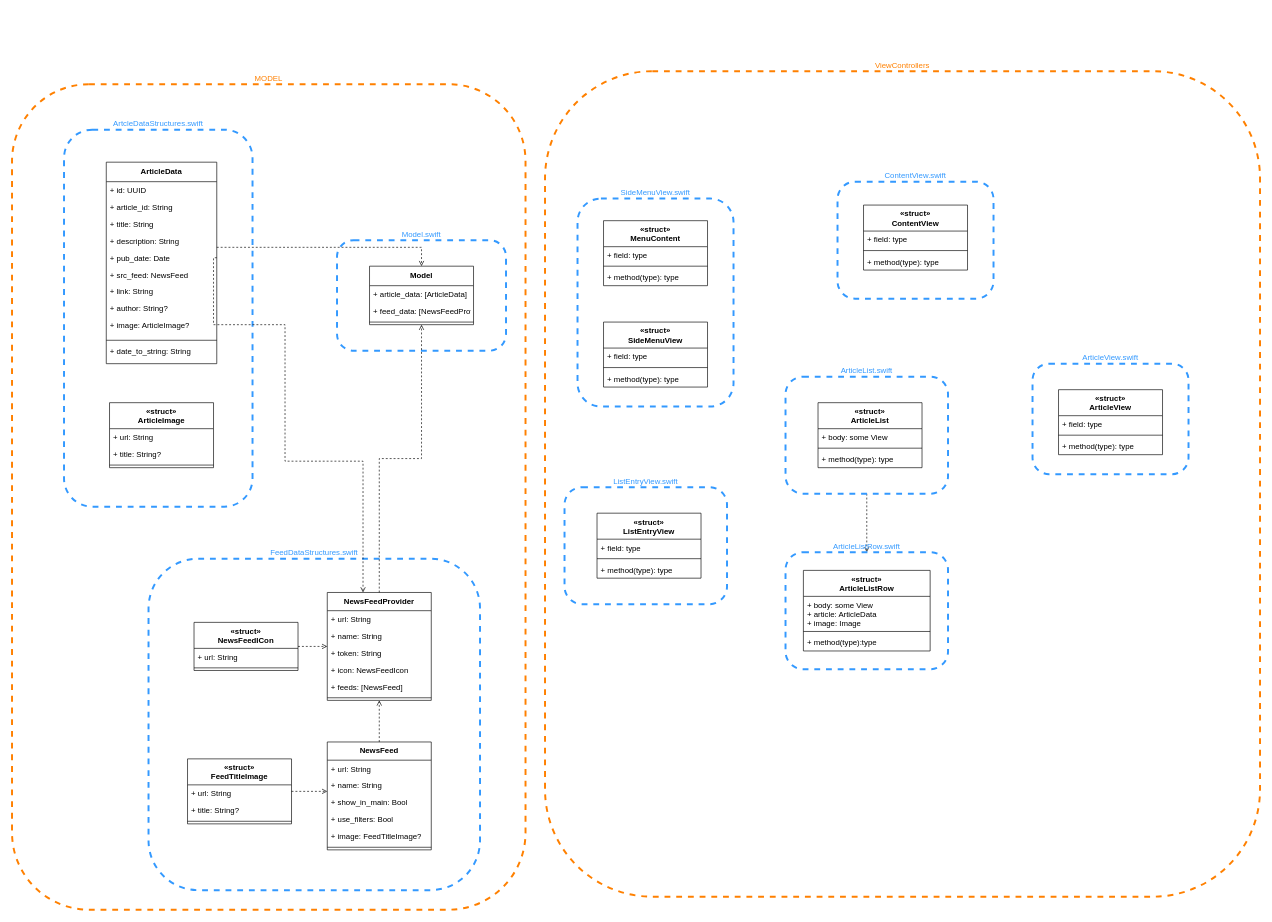
Above: documentation/uml.drawio in johannesgrothe/Feedolin_RSS_Reader (draw.io), before the change. Source tidied: cells renumbered, new cells numbered last; positions are measured from the earlier drawing's top-left corner, leaving out a move shared by most shapes. Both pictures are drawn from the tidied source at 65%, with x=0, y=0 at pixel (12, 71).
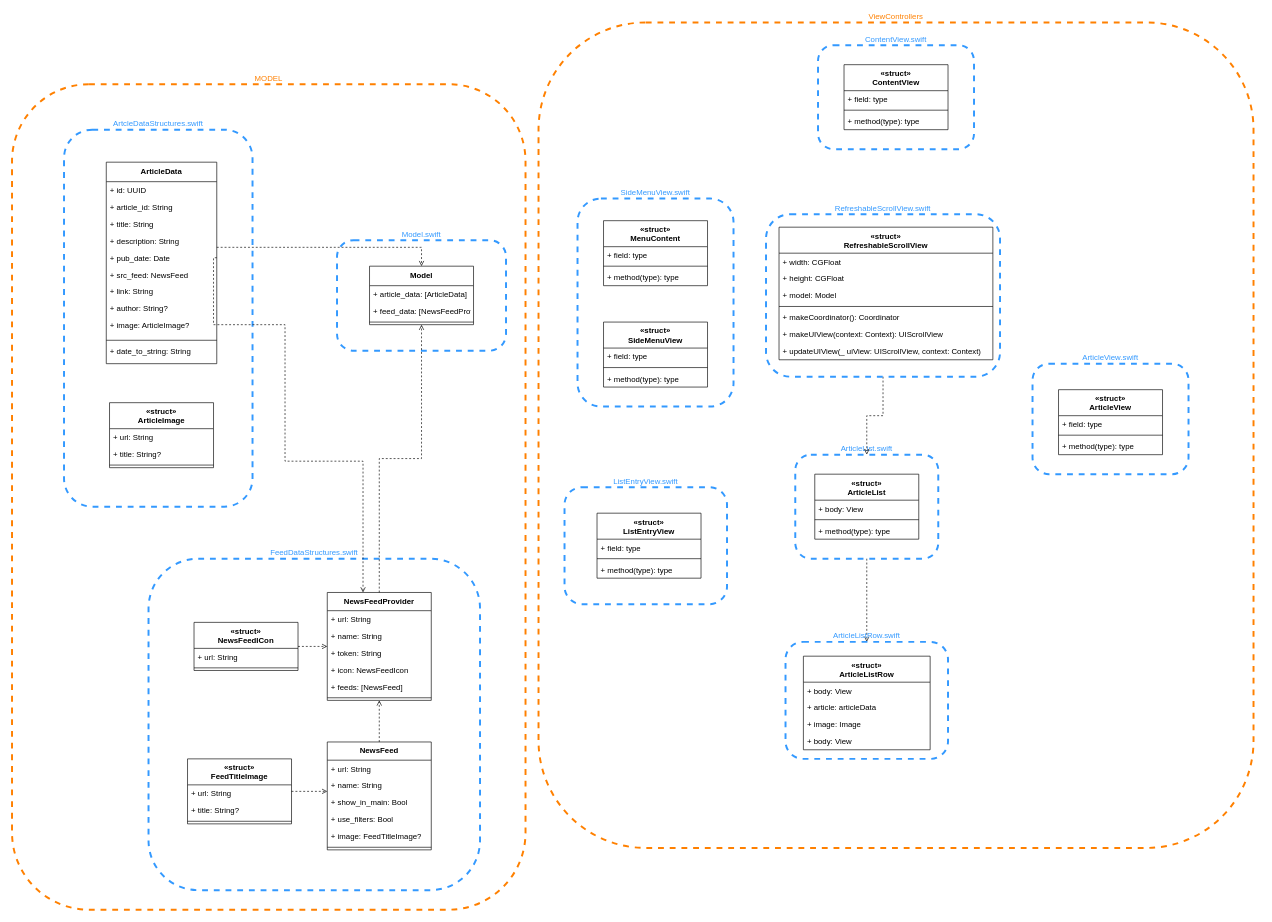
Above is the later version.

Diff of the diagram source:
```diff
@@
     <mxCell id="2" value="ViewControllers" style="rounded=1;whiteSpace=wrap;html=1;fillColor=none;dashed=1;strokeWidth=3;labelPosition=center;verticalLabelPosition=top;align=center;verticalAlign=bottom;strokeColor=#FF8000;fontColor=#FF8000;" parent="1" vertex="1">
-      <mxGeometry x="820" width="1100" height="1270" as="geometry" />
+      <mxGeometry x="810" y="-75" width="1100" height="1270" as="geometry" />
     </mxCell>
@@
     <mxCell id="26" value="ArticleList.swift" style="rounded=1;whiteSpace=wrap;html=1;fillColor=none;dashed=1;strokeWidth=3;labelPosition=center;verticalLabelPosition=top;align=center;verticalAlign=bottom;strokeColor=#3399FF;fontColor=#3399FF;" parent="1" vertex="1">
-      <mxGeometry x="1190" y="470" width="250" height="180" as="geometry" />
+      <mxGeometry x="1205" y="590" width="220" height="160" as="geometry" />
     </mxCell>
     <mxCell id="27" value="ContentView.swift" style="rounded=1;whiteSpace=wrap;html=1;fillColor=none;dashed=1;strokeWidth=3;labelPosition=center;verticalLabelPosition=top;align=center;verticalAlign=bottom;strokeColor=#3399FF;fontColor=#3399FF;" parent="1" vertex="1">
-      <mxGeometry x="1270" y="170" width="240" height="180" as="geometry" />
+      <mxGeometry x="1240" y="-40" width="240" height="160" as="geometry" />
     </mxCell>
-    <mxCell id="28" value="«struct»&#10;ContentView" style="swimlane;fontStyle=1;align=center;verticalAlign=top;horizontal=1;startSize=40;strokeColor=#000000;strokeWidth=1;fillColor=none;fontColor=#000000;" parent="1" vertex="1">
-      <mxGeometry x="1310" y="206" width="160" height="100" as="geometry" />
-    </mxCell>
-    <mxCell id="29" value="+ field: type" style="text;strokeColor=none;fillColor=none;align=left;verticalAlign=top;spacingLeft=4;spacingRight=4;overflow=hidden;" parent="28" vertex="1">
-      <mxGeometry y="40" width="160" height="26" as="geometry" />
-    </mxCell>
-    <mxCell id="30" style="line;strokeWidth=1;fillColor=none;align=left;verticalAlign=middle;spacingTop=-1;spacingLeft=3;spacingRight=3;labelPosition=right;" parent="28" vertex="1">
-      <mxGeometry y="66" width="160" height="8" as="geometry" />
-    </mxCell>
-    <mxCell id="31" value="+ method(type): type" style="text;strokeColor=none;fillColor=none;align=left;verticalAlign=top;spacingLeft=4;spacingRight=4;overflow=hidden;" parent="28" vertex="1">
-      <mxGeometry y="74" width="160" height="26" as="geometry" />
-    </mxCell>
@@
-    <mxCell id="36" value="«struct»&#10;ArticleList" style="swimlane;fontStyle=1;align=center;verticalAlign=top;horizontal=1;startSize=40;strokeColor=#000000;strokeWidth=1;fillColor=none;fontColor=#000000;" parent="1" vertex="1">
-      <mxGeometry x="1240" y="510" width="160" height="100" as="geometry" />
-    </mxCell>
-    <mxCell id="37" value="+ body: some View" style="text;strokeColor=none;fillColor=none;align=left;verticalAlign=top;spacingLeft=4;spacingRight=4;overflow=hidden;" parent="36" vertex="1">
-      <mxGeometry y="40" width="160" height="26" as="geometry" />
-    </mxCell>
-    <mxCell id="38" style="line;strokeWidth=1;fillColor=none;align=left;verticalAlign=middle;spacingTop=-1;spacingLeft=3;spacingRight=3;labelPosition=right;" parent="36" vertex="1">
-      <mxGeometry y="66" width="160" height="8" as="geometry" />
-    </mxCell>
-    <mxCell id="39" value="+ method(type): type" style="text;strokeColor=none;fillColor=none;align=left;verticalAlign=top;spacingLeft=4;spacingRight=4;overflow=hidden;" parent="36" vertex="1">
-      <mxGeometry y="74" width="160" height="26" as="geometry" />
-    </mxCell>
@@
     <mxCell id="73" value="ArticleListRow.swift&lt;br&gt;" style="rounded=1;whiteSpace=wrap;html=1;fillColor=none;dashed=1;strokeWidth=3;labelPosition=center;verticalLabelPosition=top;align=center;verticalAlign=bottom;strokeColor=#3399FF;fontColor=#3399FF;" parent="1" vertex="1">
-      <mxGeometry x="1190" y="740" width="250" height="180" as="geometry" />
+      <mxGeometry x="1190" y="878" width="250" height="180" as="geometry" />
     </mxCell>
-    <mxCell id="74" value="«struct»&#10;ArticleListRow&#10;" style="swimlane;fontStyle=1;align=center;verticalAlign=top;horizontal=1;startSize=40;strokeColor=#000000;strokeWidth=1;fillColor=none;fontColor=#000000;" parent="1" vertex="1">
-      <mxGeometry x="1217.5" y="768" width="195" height="124" as="geometry" />
-    </mxCell>
-    <mxCell id="75" value="+ body: some View&#10;+ article: ArticleData&#10;+ image: Image" style="text;strokeColor=none;fillColor=none;align=left;verticalAlign=top;spacingLeft=4;spacingRight=4;overflow=hidden;" parent="74" vertex="1">
-      <mxGeometry y="40" width="195" height="50" as="geometry" />
-    </mxCell>
-    <mxCell id="76" style="line;strokeWidth=1;fillColor=none;align=left;verticalAlign=middle;spacingTop=-1;spacingLeft=3;spacingRight=3;labelPosition=right;" parent="74" vertex="1">
-      <mxGeometry y="90" width="195" height="8" as="geometry" />
-    </mxCell>
-    <mxCell id="77" value="+ method(type):type" style="text;strokeColor=none;fillColor=none;align=left;verticalAlign=top;spacingLeft=4;spacingRight=4;overflow=hidden;" parent="74" vertex="1">
-      <mxGeometry y="98" width="195" height="26" as="geometry" />
-    </mxCell>
@@
+    <mxCell id="74" value="«struct»&#10;ArticleListRow&#10;" style="swimlane;fontStyle=1;align=center;verticalAlign=top;horizontal=1;startSize=40;strokeColor=#000000;strokeWidth=1;fillColor=none;fontColor=#000000;" parent="1" vertex="1">
+      <mxGeometry x="1217.5" y="900" width="195" height="144" as="geometry" />
+    </mxCell>
+    <mxCell id="77" value="+ body: View" style="text;strokeColor=none;fillColor=none;align=left;verticalAlign=top;spacingLeft=4;spacingRight=4;overflow=hidden;" parent="74" vertex="1">
+      <mxGeometry y="40" width="195" height="26" as="geometry" />
+    </mxCell>
+    <mxCell id="90" value="+ article: articleData" style="text;strokeColor=none;fillColor=none;align=left;verticalAlign=top;spacingLeft=4;spacingRight=4;overflow=hidden;" parent="74" vertex="1">
+      <mxGeometry y="66" width="195" height="26" as="geometry" />
+    </mxCell>
+    <mxCell id="91" value="+ image: Image" style="text;strokeColor=none;fillColor=none;align=left;verticalAlign=top;spacingLeft=4;spacingRight=4;overflow=hidden;" parent="74" vertex="1">
+      <mxGeometry y="92" width="195" height="26" as="geometry" />
+    </mxCell>
+    <mxCell id="92" value="+ body: View" style="text;strokeColor=none;fillColor=none;align=left;verticalAlign=top;spacingLeft=4;spacingRight=4;overflow=hidden;" parent="74" vertex="1">
+      <mxGeometry y="118" width="195" height="26" as="geometry" />
+    </mxCell>
+    <mxCell id="28" value="«struct»&#10;ContentView" style="swimlane;fontStyle=1;align=center;verticalAlign=top;horizontal=1;startSize=40;strokeColor=#000000;strokeWidth=1;fillColor=none;fontColor=#000000;" parent="1" vertex="1">
+      <mxGeometry x="1280" y="-10" width="160" height="100" as="geometry" />
+    </mxCell>
+    <mxCell id="29" value="+ field: type" style="text;strokeColor=none;fillColor=none;align=left;verticalAlign=top;spacingLeft=4;spacingRight=4;overflow=hidden;" parent="28" vertex="1">
+      <mxGeometry y="40" width="160" height="26" as="geometry" />
+    </mxCell>
+    <mxCell id="30" style="line;strokeWidth=1;fillColor=none;align=left;verticalAlign=middle;spacingTop=-1;spacingLeft=3;spacingRight=3;labelPosition=right;" parent="28" vertex="1">
+      <mxGeometry y="66" width="160" height="8" as="geometry" />
+    </mxCell>
+    <mxCell id="31" value="+ method(type): type" style="text;strokeColor=none;fillColor=none;align=left;verticalAlign=top;spacingLeft=4;spacingRight=4;overflow=hidden;" parent="28" vertex="1">
+      <mxGeometry y="74" width="160" height="26" as="geometry" />
+    </mxCell>
+    <mxCell id="36" value="«struct»&#10;ArticleList" style="swimlane;fontStyle=1;align=center;verticalAlign=top;horizontal=1;startSize=40;strokeColor=#000000;strokeWidth=1;fillColor=none;fontColor=#000000;" parent="1" vertex="1">
+      <mxGeometry x="1235" y="620" width="160" height="100" as="geometry" />
+    </mxCell>
+    <mxCell id="37" value="+ body: View" style="text;strokeColor=none;fillColor=none;align=left;verticalAlign=top;spacingLeft=4;spacingRight=4;overflow=hidden;" parent="36" vertex="1">
+      <mxGeometry y="40" width="160" height="26" as="geometry" />
+    </mxCell>
+    <mxCell id="38" style="line;strokeWidth=1;fillColor=none;align=left;verticalAlign=middle;spacingTop=-1;spacingLeft=3;spacingRight=3;labelPosition=right;" parent="36" vertex="1">
+      <mxGeometry y="66" width="160" height="8" as="geometry" />
+    </mxCell>
+    <mxCell id="39" value="+ method(type): type" style="text;strokeColor=none;fillColor=none;align=left;verticalAlign=top;spacingLeft=4;spacingRight=4;overflow=hidden;" parent="36" vertex="1">
+      <mxGeometry y="74" width="160" height="26" as="geometry" />
+    </mxCell>
+    <mxCell id="93" value="«struct»&#10;RefreshableScrollView" style="swimlane;fontStyle=1;align=center;verticalAlign=top;horizontal=1;startSize=40;strokeColor=#000000;strokeWidth=1;fillColor=none;fontColor=#000000;" parent="1" vertex="1">
+      <mxGeometry x="1180" y="240" width="329" height="204" as="geometry" />
+    </mxCell>
+    <mxCell id="94" value="+ width: CGFloat" style="text;strokeColor=none;fillColor=none;align=left;verticalAlign=top;spacingLeft=4;spacingRight=4;overflow=hidden;" parent="93" vertex="1">
+      <mxGeometry y="40" width="329" height="26" as="geometry" />
+    </mxCell>
+    <mxCell id="95" value="+ height: CGFloat" style="text;strokeColor=none;fillColor=none;align=left;verticalAlign=top;spacingLeft=4;spacingRight=4;overflow=hidden;" parent="93" vertex="1">
+      <mxGeometry y="66" width="329" height="26" as="geometry" />
+    </mxCell>
+    <mxCell id="96" value="+ model: Model" style="text;strokeColor=none;fillColor=none;align=left;verticalAlign=top;spacingLeft=4;spacingRight=4;overflow=hidden;" parent="93" vertex="1">
+      <mxGeometry y="92" width="329" height="26" as="geometry" />
+    </mxCell>
+    <mxCell id="97" style="line;strokeWidth=1;fillColor=none;align=left;verticalAlign=middle;spacingTop=-1;spacingLeft=3;spacingRight=3;labelPosition=right;" parent="93" vertex="1">
+      <mxGeometry y="118" width="329" height="8" as="geometry" />
+    </mxCell>
+    <mxCell id="98" value="+ makeCoordinator(): Coordinator&#10;" style="text;strokeColor=none;fillColor=none;align=left;verticalAlign=top;spacingLeft=4;spacingRight=4;overflow=hidden;" parent="93" vertex="1">
+      <mxGeometry y="126" width="329" height="26" as="geometry" />
+    </mxCell>
+    <mxCell id="99" value="+ makeUIView(context: Context): UIScrollView" style="text;strokeColor=none;fillColor=none;align=left;verticalAlign=top;spacingLeft=4;spacingRight=4;overflow=hidden;" parent="93" vertex="1">
+      <mxGeometry y="152" width="329" height="26" as="geometry" />
+    </mxCell>
+    <mxCell id="100" value="+ updateUIView(_ uiView: UIScrollView, context: Context)" style="text;strokeColor=none;fillColor=none;align=left;verticalAlign=top;spacingLeft=4;spacingRight=4;overflow=hidden;" parent="93" vertex="1">
+      <mxGeometry y="178" width="329" height="26" as="geometry" />
+    </mxCell>
+    <mxCell id="101" style="edgeStyle=orthogonalEdgeStyle;rounded=0;jettySize=auto;html=1;dashed=1;endArrow=classic;endFill=0;" parent="1" edge="1" source="102" target="26">
+      <mxGeometry relative="1" as="geometry" />
+    </mxCell>
+    <mxCell id="102" value="RefreshableScrollView.swift&lt;br&gt;" style="rounded=1;whiteSpace=wrap;html=1;fillColor=none;dashed=1;strokeWidth=3;labelPosition=center;verticalLabelPosition=top;align=center;verticalAlign=bottom;strokeColor=#3399FF;fontColor=#3399FF;" parent="1" vertex="1">
+      <mxGeometry x="1160" y="220" width="360" height="250" as="geometry" />
+    </mxCell>
```
